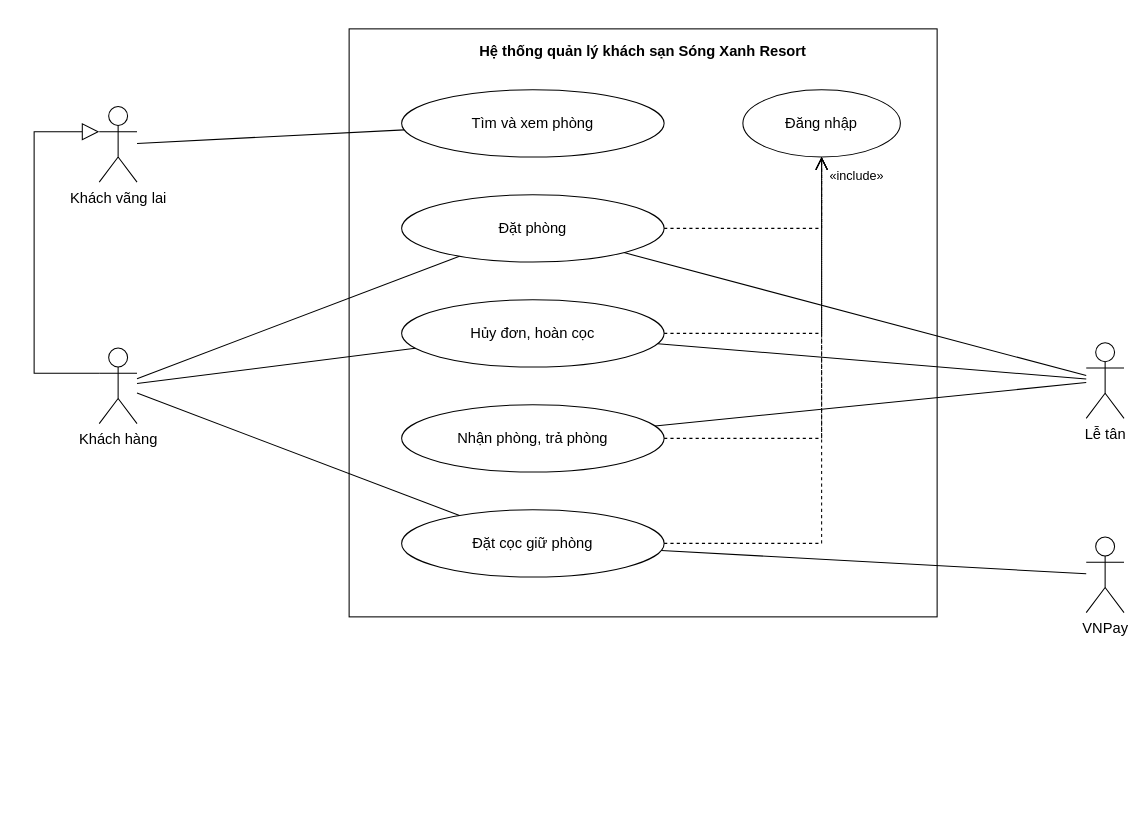
Before: docs/use-case/ucn1-dat-phong-luu-tru.drawio in ngynquchn2511/beach-hotel, a draw.io diagram. Source tidied: cells renumbered, new cells numbered last; positions are measured from the earlier drawing's top-left corner, leaving out a move shared by most shapes. Both pictures are drawn from the tidied source at 105%, with x=0, y=0 at pixel (34, 28).
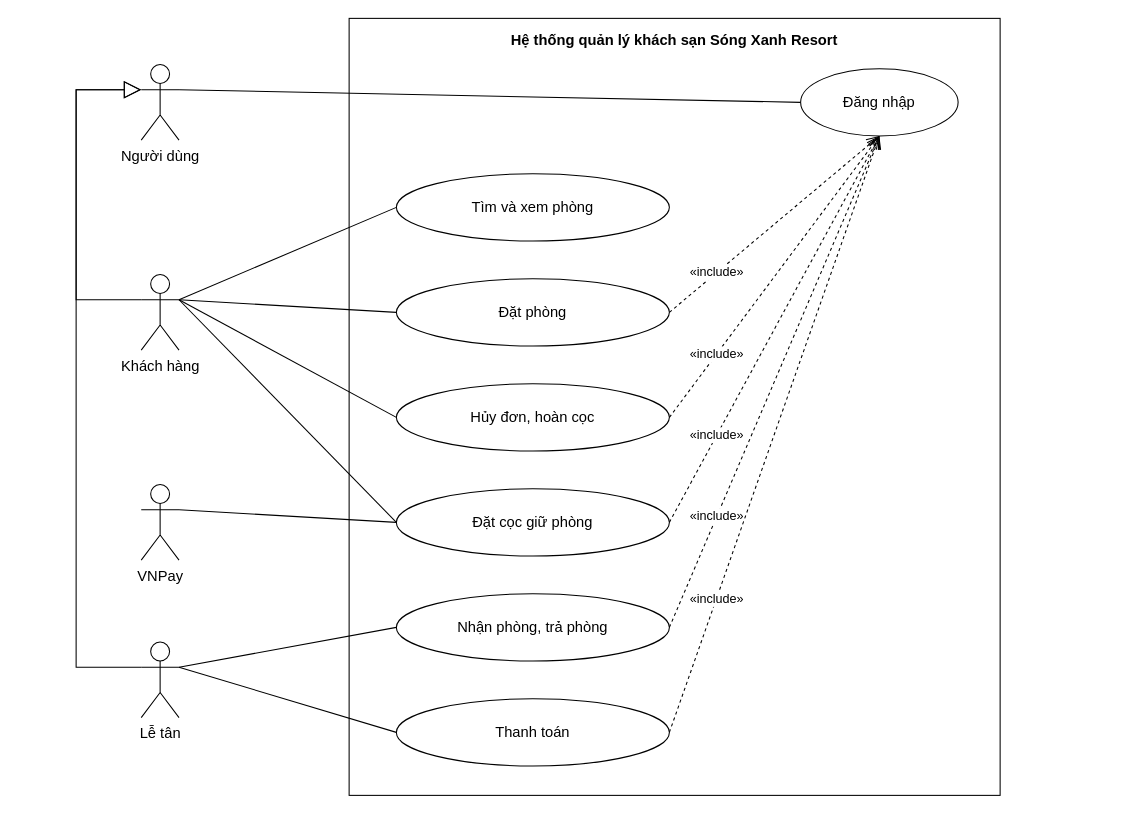
The same diagram, later.

Change to the diagram source:
```diff
@@
     <mxCell id="2" value="Hệ thống quản lý khách sạn Sóng Xanh Resort" style="fontFamily=Arial;fontColor=#000000;rounded=0;whiteSpace=wrap;html=1;verticalAlign=top;fontStyle=1;fontSize=14;fillColor=none;strokeColor=#000000;spacingTop=6;" parent="1" vertex="1">
-      <mxGeometry x="300" width="560" height="560" as="geometry" />
+      <mxGeometry x="300" y="-10" width="620" height="740" as="geometry" />
     </mxCell>
     <mxCell id="3" value="Tìm và xem phòng" style="fontFamily=Arial;fontColor=#000000;ellipse;whiteSpace=wrap;html=1;fillColor=#FFFFFF;strokeColor=#000000;fontSize=14;" parent="1" vertex="1">
-      <mxGeometry x="350" y="58" width="250" height="64" as="geometry" />
+      <mxGeometry x="345" y="138" width="260" height="64" as="geometry" />
     </mxCell>
     <mxCell id="4" value="Đặt phòng" style="fontFamily=Arial;fontColor=#000000;ellipse;whiteSpace=wrap;html=1;fillColor=#FFFFFF;strokeColor=#000000;fontSize=14;" parent="1" vertex="1">
-      <mxGeometry x="350" y="158" width="250" height="64" as="geometry" />
+      <mxGeometry x="345" y="238" width="260" height="64" as="geometry" />
     </mxCell>
     <mxCell id="5" value="Hủy đơn, hoàn cọc" style="fontFamily=Arial;fontColor=#000000;ellipse;whiteSpace=wrap;html=1;fillColor=#FFFFFF;strokeColor=#000000;fontSize=14;" parent="1" vertex="1">
-      <mxGeometry x="350" y="258" width="250" height="64" as="geometry" />
+      <mxGeometry x="345" y="338" width="260" height="64" as="geometry" />
     </mxCell>
-    <mxCell id="6" value="Nhận phòng, trả phòng" style="fontFamily=Arial;fontColor=#000000;ellipse;whiteSpace=wrap;html=1;fillColor=#FFFFFF;strokeColor=#000000;fontSize=14;" parent="1" vertex="1">
-      <mxGeometry x="350" y="358" width="250" height="64" as="geometry" />
+    <mxCell id="6" value="Đặt cọc giữ phòng" style="fontFamily=Arial;fontColor=#000000;ellipse;whiteSpace=wrap;html=1;fillColor=#FFFFFF;strokeColor=#000000;fontSize=14;" parent="1" vertex="1">
+      <mxGeometry x="345" y="438" width="260" height="64" as="geometry" />
     </mxCell>
-    <mxCell id="7" value="Đặt cọc giữ phòng" style="fontFamily=Arial;fontColor=#000000;ellipse;whiteSpace=wrap;html=1;fillColor=#FFFFFF;strokeColor=#000000;fontSize=14;" parent="1" vertex="1">
-      <mxGeometry x="350" y="458" width="250" height="64" as="geometry" />
+    <mxCell id="7" value="Nhận phòng, trả phòng" style="fontFamily=Arial;fontColor=#000000;ellipse;whiteSpace=wrap;html=1;fillColor=#FFFFFF;strokeColor=#000000;fontSize=14;" parent="1" vertex="1">
+      <mxGeometry x="345" y="538" width="260" height="64" as="geometry" />
     </mxCell>
-    <mxCell id="8" value="Đăng nhập" style="fontFamily=Arial;fontColor=#000000;ellipse;whiteSpace=wrap;html=1;fillColor=#FFFFFF;strokeColor=#000000;fontSize=14;" parent="1" vertex="1">
-      <mxGeometry x="675" y="58" width="150" height="64" as="geometry" />
+    <mxCell id="8" value="Thanh toán" style="fontFamily=Arial;fontColor=#000000;ellipse;whiteSpace=wrap;html=1;fillColor=#FFFFFF;strokeColor=#000000;fontSize=14;" parent="1" vertex="1">
+      <mxGeometry x="345" y="638" width="260" height="64" as="geometry" />
     </mxCell>
-    <mxCell id="9" style="fontFamily=Arial;fontColor=#000000;endArrow=open;endSize=10;dashed=1;html=1;strokeColor=#000000;rounded=0;fontSize=12;labelBackgroundColor=#FFFFFF;exitX=1;exitY=0.5;exitDx=0;exitDy=0;exitPerimeter=0;entryX=0.5;entryY=1;entryDx=0;entryDy=0;entryPerimeter=0;" parent="1" edge="1" source="4" target="8">
-      <mxGeometry relative="1" as="geometry">
-        <Array as="points">
-          <mxPoint x="750" y="190" />
-        </Array>
-      </mxGeometry>
-    </mxCell>
-    <mxCell id="10" style="fontFamily=Arial;fontColor=#000000;endArrow=open;endSize=10;dashed=1;html=1;strokeColor=#000000;rounded=0;fontSize=12;labelBackgroundColor=#FFFFFF;exitX=1;exitY=0.5;exitDx=0;exitDy=0;exitPerimeter=0;entryX=0.5;entryY=1;entryDx=0;entryDy=0;entryPerimeter=0;" parent="1" edge="1" source="5" target="8">
-      <mxGeometry relative="1" as="geometry">
-        <Array as="points">
-          <mxPoint x="750" y="290" />
-        </Array>
-      </mxGeometry>
-    </mxCell>
+    <mxCell id="27" value="Đăng nhập" style="fontFamily=Arial;fontColor=#000000;ellipse;whiteSpace=wrap;html=1;fillColor=#FFFFFF;strokeColor=#000000;fontSize=14;" parent="1" vertex="1">
+      <mxGeometry x="730" y="38" width="150" height="64" as="geometry" />
+    </mxCell>
+    <mxCell id="28" value="Người dùng" style="fontFamily=Arial;fontColor=#000000;shape=umlActor;verticalLabelPosition=bottom;verticalAlign=top;html=1;outlineConnect=0;fillColor=#FFFFFF;strokeColor=#000000;fontSize=14;" parent="1" vertex="1">
+      <mxGeometry x="102" y="34" width="36" height="72" as="geometry" />
+    </mxCell>
-    <mxCell id="11" style="fontFamily=Arial;fontColor=#000000;endArrow=open;endSize=10;dashed=1;html=1;strokeColor=#000000;rounded=0;fontSize=12;labelBackgroundColor=#FFFFFF;exitX=1;exitY=0.5;exitDx=0;exitDy=0;exitPerimeter=0;entryX=0.5;entryY=1;entryDx=0;entryDy=0;entryPerimeter=0;" parent="1" edge="1" source="6" target="8">
-      <mxGeometry relative="1" as="geometry">
-        <Array as="points">
-          <mxPoint x="750" y="390" />
-        </Array>
-      </mxGeometry>
+    <mxCell id="11" style="fontFamily=Arial;fontColor=#000000;endArrow=none;html=1;strokeColor=#000000;rounded=0;exitX=1;exitY=0.333;exitDx=0;exitDy=0;exitPerimeter=0;entryX=0;entryY=0.5;entryDx=0;entryDy=0;entryPerimeter=0;" parent="1" edge="1" source="28" target="27">
+      <mxGeometry relative="1" as="geometry" />
     </mxCell>
-    <mxCell id="12" style="fontFamily=Arial;fontColor=#000000;endArrow=open;endSize=10;dashed=1;html=1;strokeColor=#000000;rounded=0;fontSize=12;labelBackgroundColor=#FFFFFF;exitX=1;exitY=0.5;exitDx=0;exitDy=0;exitPerimeter=0;entryX=0.5;entryY=1;entryDx=0;entryDy=0;entryPerimeter=0;" parent="1" edge="1" source="7" target="8">
-      <mxGeometry relative="1" as="geometry">
-        <Array as="points">
-          <mxPoint x="750" y="490" />
-        </Array>
-      </mxGeometry>
-    </mxCell>
+    <mxCell id="15" value="Khách hàng" style="fontFamily=Arial;fontColor=#000000;shape=umlActor;verticalLabelPosition=bottom;verticalAlign=top;html=1;outlineConnect=0;fillColor=#FFFFFF;strokeColor=#000000;fontSize=14;" parent="1" vertex="1">
+      <mxGeometry x="102" y="234" width="36" height="72" as="geometry" />
+    </mxCell>
-    <mxCell id="13" value="«include»" style="fontFamily=Arial;fontColor=#000000;text;html=1;align=left;verticalAlign=middle;fontSize=12;strokeColor=none;fillColor=none;" parent="1" vertex="1">
-      <mxGeometry x="756" y="130" width="80" height="20" as="geometry" />
+    <mxCell id="13" value="VNPay" style="fontFamily=Arial;fontColor=#000000;shape=umlActor;verticalLabelPosition=bottom;verticalAlign=top;html=1;outlineConnect=0;fillColor=#FFFFFF;strokeColor=#000000;fontSize=14;" parent="1" vertex="1">
+      <mxGeometry x="102" y="434" width="36" height="72" as="geometry" />
     </mxCell>
-    <mxCell id="14" value="Khách vãng lai" style="fontFamily=Arial;fontColor=#000000;shape=umlActor;verticalLabelPosition=bottom;verticalAlign=top;html=1;outlineConnect=0;fillColor=#FFFFFF;strokeColor=#000000;fontSize=14;" parent="1" vertex="1">
-      <mxGeometry x="62" y="74" width="36" height="72" as="geometry" />
+    <mxCell id="14" value="Lễ tân" style="fontFamily=Arial;fontColor=#000000;shape=umlActor;verticalLabelPosition=bottom;verticalAlign=top;html=1;outlineConnect=0;fillColor=#FFFFFF;strokeColor=#000000;fontSize=14;" parent="1" vertex="1">
+      <mxGeometry x="102" y="584" width="36" height="72" as="geometry" />
     </mxCell>
-    <mxCell id="15" value="Khách hàng" style="fontFamily=Arial;fontColor=#000000;shape=umlActor;verticalLabelPosition=bottom;verticalAlign=top;html=1;outlineConnect=0;fillColor=#FFFFFF;strokeColor=#000000;fontSize=14;" parent="1" vertex="1">
-      <mxGeometry x="62" y="304" width="36" height="72" as="geometry" />
-    </mxCell>
-    <mxCell id="16" value="Lễ tân" style="fontFamily=Arial;fontColor=#000000;shape=umlActor;verticalLabelPosition=bottom;verticalAlign=top;html=1;outlineConnect=0;fillColor=#FFFFFF;strokeColor=#000000;fontSize=14;" parent="1" vertex="1">
-      <mxGeometry x="1002" y="299" width="36" height="72" as="geometry" />
-    </mxCell>
-    <mxCell id="17" value="VNPay" style="fontFamily=Arial;fontColor=#000000;shape=umlActor;verticalLabelPosition=bottom;verticalAlign=top;html=1;outlineConnect=0;fillColor=#FFFFFF;strokeColor=#000000;fontSize=14;" parent="1" vertex="1">
-      <mxGeometry x="1002" y="484" width="36" height="72" as="geometry" />
-    </mxCell>
+    <mxCell id="29" style="fontFamily=Arial;fontColor=#000000;endArrow=none;html=1;strokeColor=#000000;rounded=0;exitX=1;exitY=0.333;exitDx=0;exitDy=0;exitPerimeter=0;entryX=0;entryY=0.5;entryDx=0;entryDy=0;entryPerimeter=0;" parent="1" edge="1" source="15" target="3">
+      <mxGeometry relative="1" as="geometry" />
+    </mxCell>
+    <mxCell id="30" style="fontFamily=Arial;fontColor=#000000;endArrow=none;html=1;strokeColor=#000000;rounded=0;exitX=1;exitY=0.333;exitDx=0;exitDy=0;exitPerimeter=0;entryX=0;entryY=0.5;entryDx=0;entryDy=0;entryPerimeter=0;" parent="1" edge="1" source="15" target="4">
+      <mxGeometry relative="1" as="geometry" />
+    </mxCell>
+    <mxCell id="31" style="fontFamily=Arial;fontColor=#000000;endArrow=none;html=1;strokeColor=#000000;rounded=0;exitX=1;exitY=0.333;exitDx=0;exitDy=0;exitPerimeter=0;entryX=0;entryY=0.5;entryDx=0;entryDy=0;entryPerimeter=0;" parent="1" edge="1" source="15" target="5">
+      <mxGeometry relative="1" as="geometry" />
+    </mxCell>
-    <mxCell id="18" style="fontFamily=Arial;fontColor=#000000;endArrow=none;html=1;strokeColor=#000000;rounded=0;" parent="1" edge="1" source="14" target="3">
+    <mxCell id="18" style="fontFamily=Arial;fontColor=#000000;endArrow=none;html=1;strokeColor=#000000;rounded=0;exitX=1;exitY=0.333;exitDx=0;exitDy=0;exitPerimeter=0;entryX=0;entryY=0.5;entryDx=0;entryDy=0;entryPerimeter=0;" parent="1" edge="1" source="15" target="6">
       <mxGeometry relative="1" as="geometry" />
     </mxCell>
-    <mxCell id="19" style="fontFamily=Arial;fontColor=#000000;endArrow=none;html=1;strokeColor=#000000;rounded=0;" parent="1" edge="1" source="15" target="4">
+    <mxCell id="19" style="fontFamily=Arial;fontColor=#000000;endArrow=none;html=1;strokeColor=#000000;rounded=0;exitX=1;exitY=0.333;exitDx=0;exitDy=0;exitPerimeter=0;entryX=0;entryY=0.5;entryDx=0;entryDy=0;entryPerimeter=0;" parent="1" edge="1" source="13" target="6">
       <mxGeometry relative="1" as="geometry" />
     </mxCell>
-    <mxCell id="20" style="fontFamily=Arial;fontColor=#000000;endArrow=none;html=1;strokeColor=#000000;rounded=0;" parent="1" edge="1" source="15" target="7">
+    <mxCell id="20" style="fontFamily=Arial;fontColor=#000000;endArrow=none;html=1;strokeColor=#000000;rounded=0;exitX=1;exitY=0.333;exitDx=0;exitDy=0;exitPerimeter=0;entryX=0;entryY=0.5;entryDx=0;entryDy=0;entryPerimeter=0;" parent="1" edge="1" source="14" target="7">
       <mxGeometry relative="1" as="geometry" />
     </mxCell>
-    <mxCell id="21" style="fontFamily=Arial;fontColor=#000000;endArrow=none;html=1;strokeColor=#000000;rounded=0;" parent="1" edge="1" source="15" target="5">
+    <mxCell id="21" style="fontFamily=Arial;fontColor=#000000;endArrow=none;html=1;strokeColor=#000000;rounded=0;exitX=1;exitY=0.333;exitDx=0;exitDy=0;exitPerimeter=0;entryX=0;entryY=0.5;entryDx=0;entryDy=0;entryPerimeter=0;" parent="1" edge="1" source="14" target="8">
       <mxGeometry relative="1" as="geometry" />
     </mxCell>
-    <mxCell id="22" style="fontFamily=Arial;fontColor=#000000;endArrow=none;html=1;strokeColor=#000000;rounded=0;" parent="1" edge="1" source="17" target="7">
-      <mxGeometry relative="1" as="geometry" />
+    <mxCell id="22" style="fontFamily=Arial;fontColor=#000000;endArrow=block;endSize=14;endFill=0;html=1;strokeColor=#000000;rounded=0;exitX=0;exitY=0.333;exitDx=0;exitDy=0;exitPerimeter=0;entryX=0;entryY=0.333;entryDx=0;entryDy=0;entryPerimeter=0;" parent="1" edge="1" source="15" target="28">
+      <mxGeometry relative="1" as="geometry">
+        <Array as="points">
+          <mxPoint x="40" y="258" />
+          <mxPoint x="40" y="58" />
+        </Array>
+      </mxGeometry>
     </mxCell>
-    <mxCell id="23" style="fontFamily=Arial;fontColor=#000000;endArrow=none;html=1;strokeColor=#000000;rounded=0;" parent="1" edge="1" source="16" target="4">
-      <mxGeometry relative="1" as="geometry" />
+    <mxCell id="23" style="fontFamily=Arial;fontColor=#000000;endArrow=block;endSize=14;endFill=0;html=1;strokeColor=#000000;rounded=0;exitX=0;exitY=0.333;exitDx=0;exitDy=0;exitPerimeter=0;entryX=0;entryY=0.333;entryDx=0;entryDy=0;entryPerimeter=0;" parent="1" edge="1" source="14" target="28">
+      <mxGeometry relative="1" as="geometry">
+        <Array as="points">
+          <mxPoint x="40" y="608" />
+          <mxPoint x="40" y="58" />
+        </Array>
+      </mxGeometry>
     </mxCell>
-    <mxCell id="24" style="fontFamily=Arial;fontColor=#000000;endArrow=none;html=1;strokeColor=#000000;rounded=0;" parent="1" edge="1" source="16" target="5">
-      <mxGeometry relative="1" as="geometry" />
+    <mxCell id="24" value="«include»" style="fontFamily=Arial;fontColor=#000000;endArrow=open;endSize=10;dashed=1;html=1;strokeColor=#000000;rounded=0;fontSize=12;labelBackgroundColor=#FFFFFF;exitX=1;exitY=0.5;exitDx=0;exitDy=0;exitPerimeter=0;entryX=0.5;entryY=1;entryDx=0;entryDy=0;entryPerimeter=0;" parent="1" edge="1" source="4" target="27">
+      <mxGeometry x="-0.55" relative="1" as="geometry" />
     </mxCell>
-    <mxCell id="25" style="fontFamily=Arial;fontColor=#000000;endArrow=none;html=1;strokeColor=#000000;rounded=0;" parent="1" edge="1" source="16" target="6">
-      <mxGeometry relative="1" as="geometry" />
+    <mxCell id="25" value="«include»" style="fontFamily=Arial;fontColor=#000000;endArrow=open;endSize=10;dashed=1;html=1;strokeColor=#000000;rounded=0;fontSize=12;labelBackgroundColor=#FFFFFF;exitX=1;exitY=0.5;exitDx=0;exitDy=0;exitPerimeter=0;entryX=0.5;entryY=1;entryDx=0;entryDy=0;entryPerimeter=0;" parent="1" edge="1" source="5" target="27">
+      <mxGeometry x="-0.55" relative="1" as="geometry" />
     </mxCell>
-    <mxCell id="26" style="fontFamily=Arial;fontColor=#000000;endArrow=block;endSize=14;endFill=0;html=1;strokeColor=#000000;rounded=0;exitX=0;exitY=0.333;exitDx=0;exitDy=0;exitPerimeter=0;entryX=0;entryY=0.333;entryDx=0;entryDy=0;entryPerimeter=0;" parent="1" edge="1" source="15" target="14">
-      <mxGeometry relative="1" as="geometry">
-        <Array as="points">
-          <mxPoint y="328" />
-          <mxPoint y="98" />
-        </Array>
-      </mxGeometry>
+    <mxCell id="26" value="«include»" style="fontFamily=Arial;fontColor=#000000;endArrow=open;endSize=10;dashed=1;html=1;strokeColor=#000000;rounded=0;fontSize=12;labelBackgroundColor=#FFFFFF;exitX=1;exitY=0.5;exitDx=0;exitDy=0;exitPerimeter=0;entryX=0.5;entryY=1;entryDx=0;entryDy=0;entryPerimeter=0;" parent="1" edge="1" source="6" target="27">
+      <mxGeometry x="-0.55" relative="1" as="geometry" />
     </mxCell>
+    <mxCell id="32" value="«include»" style="fontFamily=Arial;fontColor=#000000;endArrow=open;endSize=10;dashed=1;html=1;strokeColor=#000000;rounded=0;fontSize=12;labelBackgroundColor=#FFFFFF;exitX=1;exitY=0.5;exitDx=0;exitDy=0;exitPerimeter=0;entryX=0.5;entryY=1;entryDx=0;entryDy=0;entryPerimeter=0;" parent="1" edge="1" source="7" target="27">
+      <mxGeometry x="-0.55" relative="1" as="geometry" />
+    </mxCell>
+    <mxCell id="33" value="«include»" style="fontFamily=Arial;fontColor=#000000;endArrow=open;endSize=10;dashed=1;html=1;strokeColor=#000000;rounded=0;fontSize=12;labelBackgroundColor=#FFFFFF;exitX=1;exitY=0.5;exitDx=0;exitDy=0;exitPerimeter=0;entryX=0.5;entryY=1;entryDx=0;entryDy=0;entryPerimeter=0;" parent="1" edge="1" source="8" target="27">
+      <mxGeometry x="-0.55" relative="1" as="geometry" />
+    </mxCell>
```
